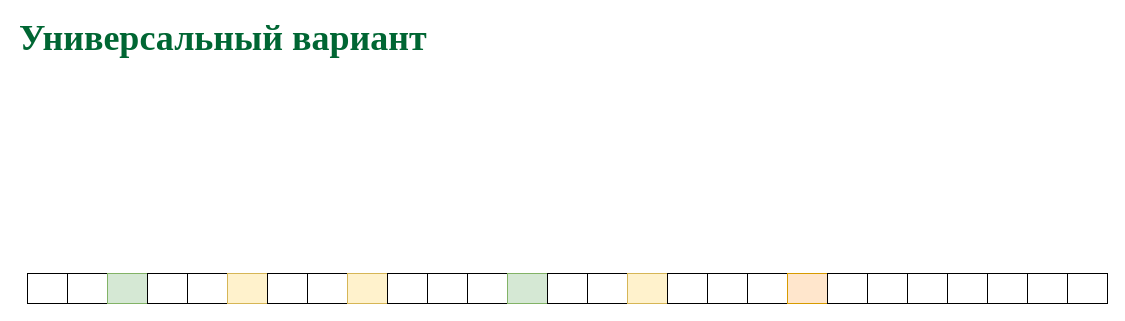
77maxikov/os_course keeps this draw.io diagram as page "freeli" (2 of 3) of slides/freespace.drawio. Above is the earlier version. Source tidied: cells renumbered, new cells numbered last; positions are measured from the earlier drawing's top-left corner, leaving out a move shared by most shapes. Both pictures are drawn from the tidied source at 100%, with x=0, y=0 at pixel (17, 23).
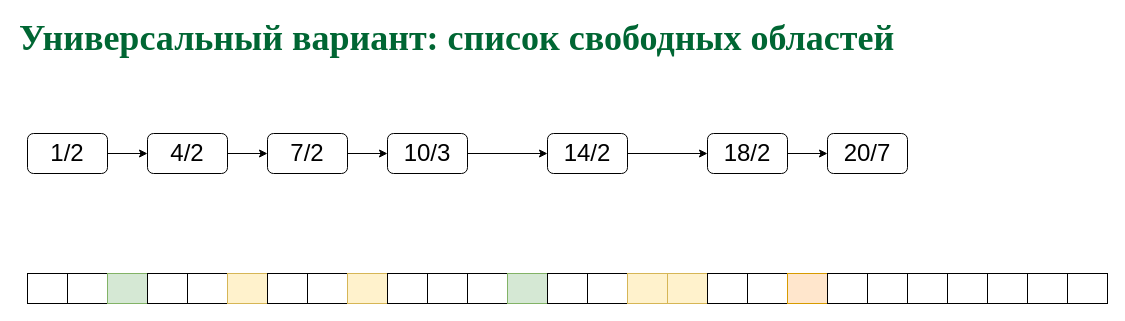
The same diagram, later.

The edit, as a diff of the source:
```diff
@@
-    <mxCell id="3" value="&lt;font color=&quot;#006633&quot; face=&quot;Garamond&quot;&gt;&lt;span style=&quot;font-size: 36px&quot;&gt;&lt;b&gt;Универсальный вариант&lt;/b&gt;&lt;/span&gt;&lt;/font&gt;" style="text;html=1;align=left;verticalAlign=middle;" parent="1" vertex="1">
-      <mxGeometry width="420" height="30" as="geometry" />
+    <mxCell id="3" value="&lt;font color=&quot;#006633&quot; face=&quot;Garamond&quot;&gt;&lt;span style=&quot;font-size: 36px&quot;&gt;&lt;b&gt;Универсальный вариант: список свободных областей&lt;/b&gt;&lt;/span&gt;&lt;/font&gt;" style="text;html=1;align=left;verticalAlign=middle;" parent="1" vertex="1">
+      <mxGeometry width="890" height="30" as="geometry" />
     </mxCell>
@@
-    <mxCell id="19" style="rounded=0;whiteSpace=wrap;html=1;" parent="1" vertex="1">
+    <mxCell id="19" style="rounded=0;whiteSpace=wrap;html=1;fillColor=#fff2cc;strokeColor=#d6b656;" parent="1" vertex="1">
       <mxGeometry x="650" y="250" width="40" height="30" as="geometry" />
     </mxCell>
@@
+    <mxCell id="30" style="edgeStyle=orthogonalEdgeStyle;rounded=0;jettySize=auto;html=1;" parent="1" edge="1" source="31" target="33">
+      <mxGeometry relative="1" as="geometry" />
+    </mxCell>
+    <mxCell id="31" value="&lt;font style=&quot;font-size: 24px&quot;&gt;1/2&lt;/font&gt;" style="rounded=1;whiteSpace=wrap;html=1;" parent="1" vertex="1">
+      <mxGeometry x="10" y="110" width="80" height="40" as="geometry" />
+    </mxCell>
+    <mxCell id="32" style="edgeStyle=orthogonalEdgeStyle;rounded=0;jettySize=auto;html=1;" parent="1" edge="1" source="33" target="35">
+      <mxGeometry relative="1" as="geometry" />
+    </mxCell>
+    <mxCell id="33" value="&lt;font style=&quot;font-size: 24px&quot;&gt;4/2&lt;/font&gt;" style="rounded=1;whiteSpace=wrap;html=1;" parent="1" vertex="1">
+      <mxGeometry x="130" y="110" width="80" height="40" as="geometry" />
+    </mxCell>
+    <mxCell id="34" style="edgeStyle=orthogonalEdgeStyle;rounded=0;jettySize=auto;html=1;" parent="1" edge="1" source="35" target="37">
+      <mxGeometry relative="1" as="geometry" />
+    </mxCell>
+    <mxCell id="35" value="&lt;font style=&quot;font-size: 24px&quot;&gt;7/2&lt;/font&gt;" style="rounded=1;whiteSpace=wrap;html=1;" parent="1" vertex="1">
+      <mxGeometry x="250" y="110" width="80" height="40" as="geometry" />
+    </mxCell>
+    <mxCell id="36" style="edgeStyle=orthogonalEdgeStyle;rounded=0;jettySize=auto;html=1;" parent="1" edge="1" source="37" target="39">
+      <mxGeometry relative="1" as="geometry" />
+    </mxCell>
+    <mxCell id="37" value="&lt;font style=&quot;font-size: 24px&quot;&gt;10/3&lt;/font&gt;" style="rounded=1;whiteSpace=wrap;html=1;" parent="1" vertex="1">
+      <mxGeometry x="370" y="110" width="80" height="40" as="geometry" />
+    </mxCell>
+    <mxCell id="38" style="edgeStyle=orthogonalEdgeStyle;rounded=0;jettySize=auto;html=1;" parent="1" edge="1" source="39" target="41">
+      <mxGeometry relative="1" as="geometry" />
+    </mxCell>
+    <mxCell id="39" value="&lt;font style=&quot;font-size: 24px&quot;&gt;14/2&lt;/font&gt;" style="rounded=1;whiteSpace=wrap;html=1;" parent="1" vertex="1">
+      <mxGeometry x="530" y="110" width="80" height="40" as="geometry" />
+    </mxCell>
+    <mxCell id="40" style="edgeStyle=orthogonalEdgeStyle;rounded=0;jettySize=auto;html=1;" parent="1" edge="1" source="41" target="42">
+      <mxGeometry relative="1" as="geometry" />
+    </mxCell>
+    <mxCell id="41" value="&lt;font style=&quot;font-size: 24px&quot;&gt;18/2&lt;/font&gt;" style="rounded=1;whiteSpace=wrap;html=1;" parent="1" vertex="1">
+      <mxGeometry x="690" y="110" width="80" height="40" as="geometry" />
+    </mxCell>
+    <mxCell id="42" value="&lt;font style=&quot;font-size: 24px&quot;&gt;20/7&lt;/font&gt;" style="rounded=1;whiteSpace=wrap;html=1;" parent="1" vertex="1">
+      <mxGeometry x="810" y="110" width="80" height="40" as="geometry" />
+    </mxCell>
```
